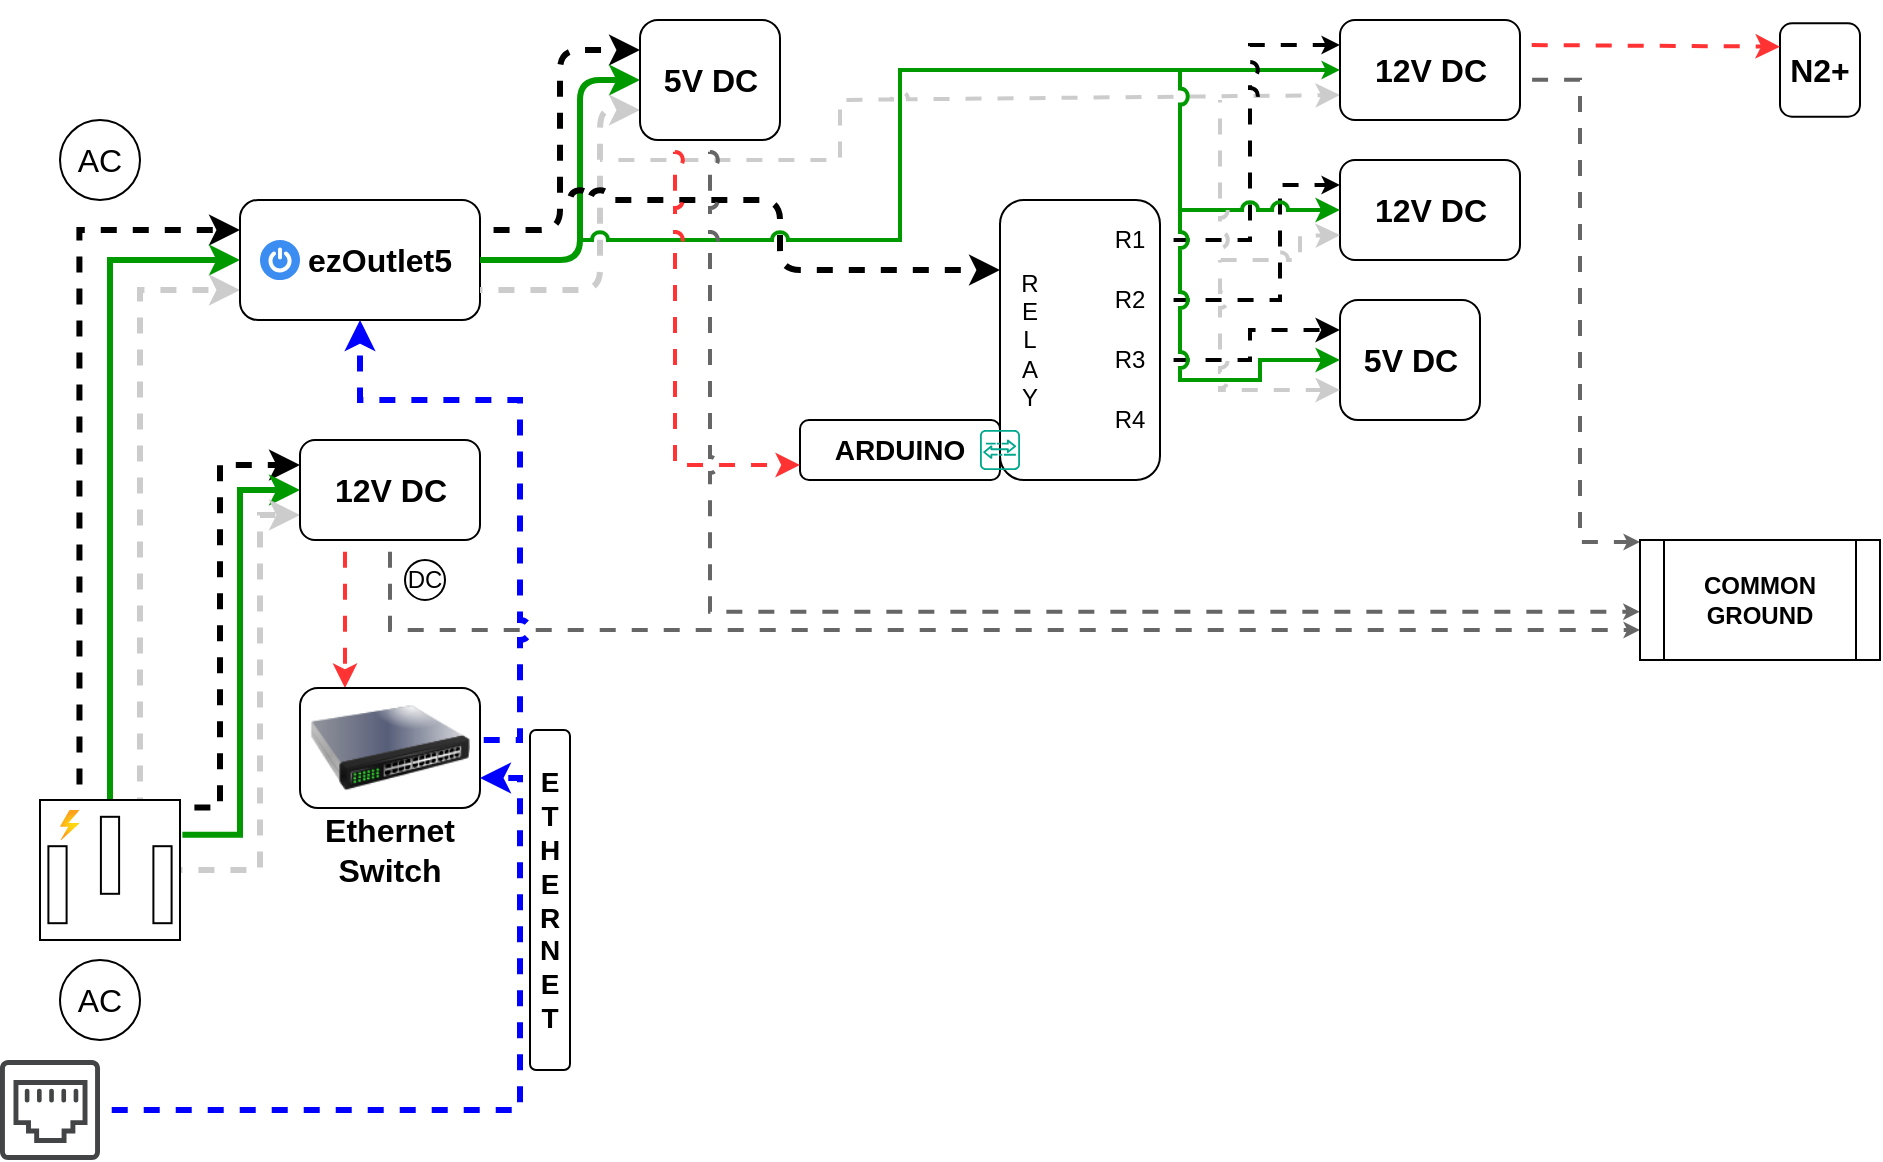
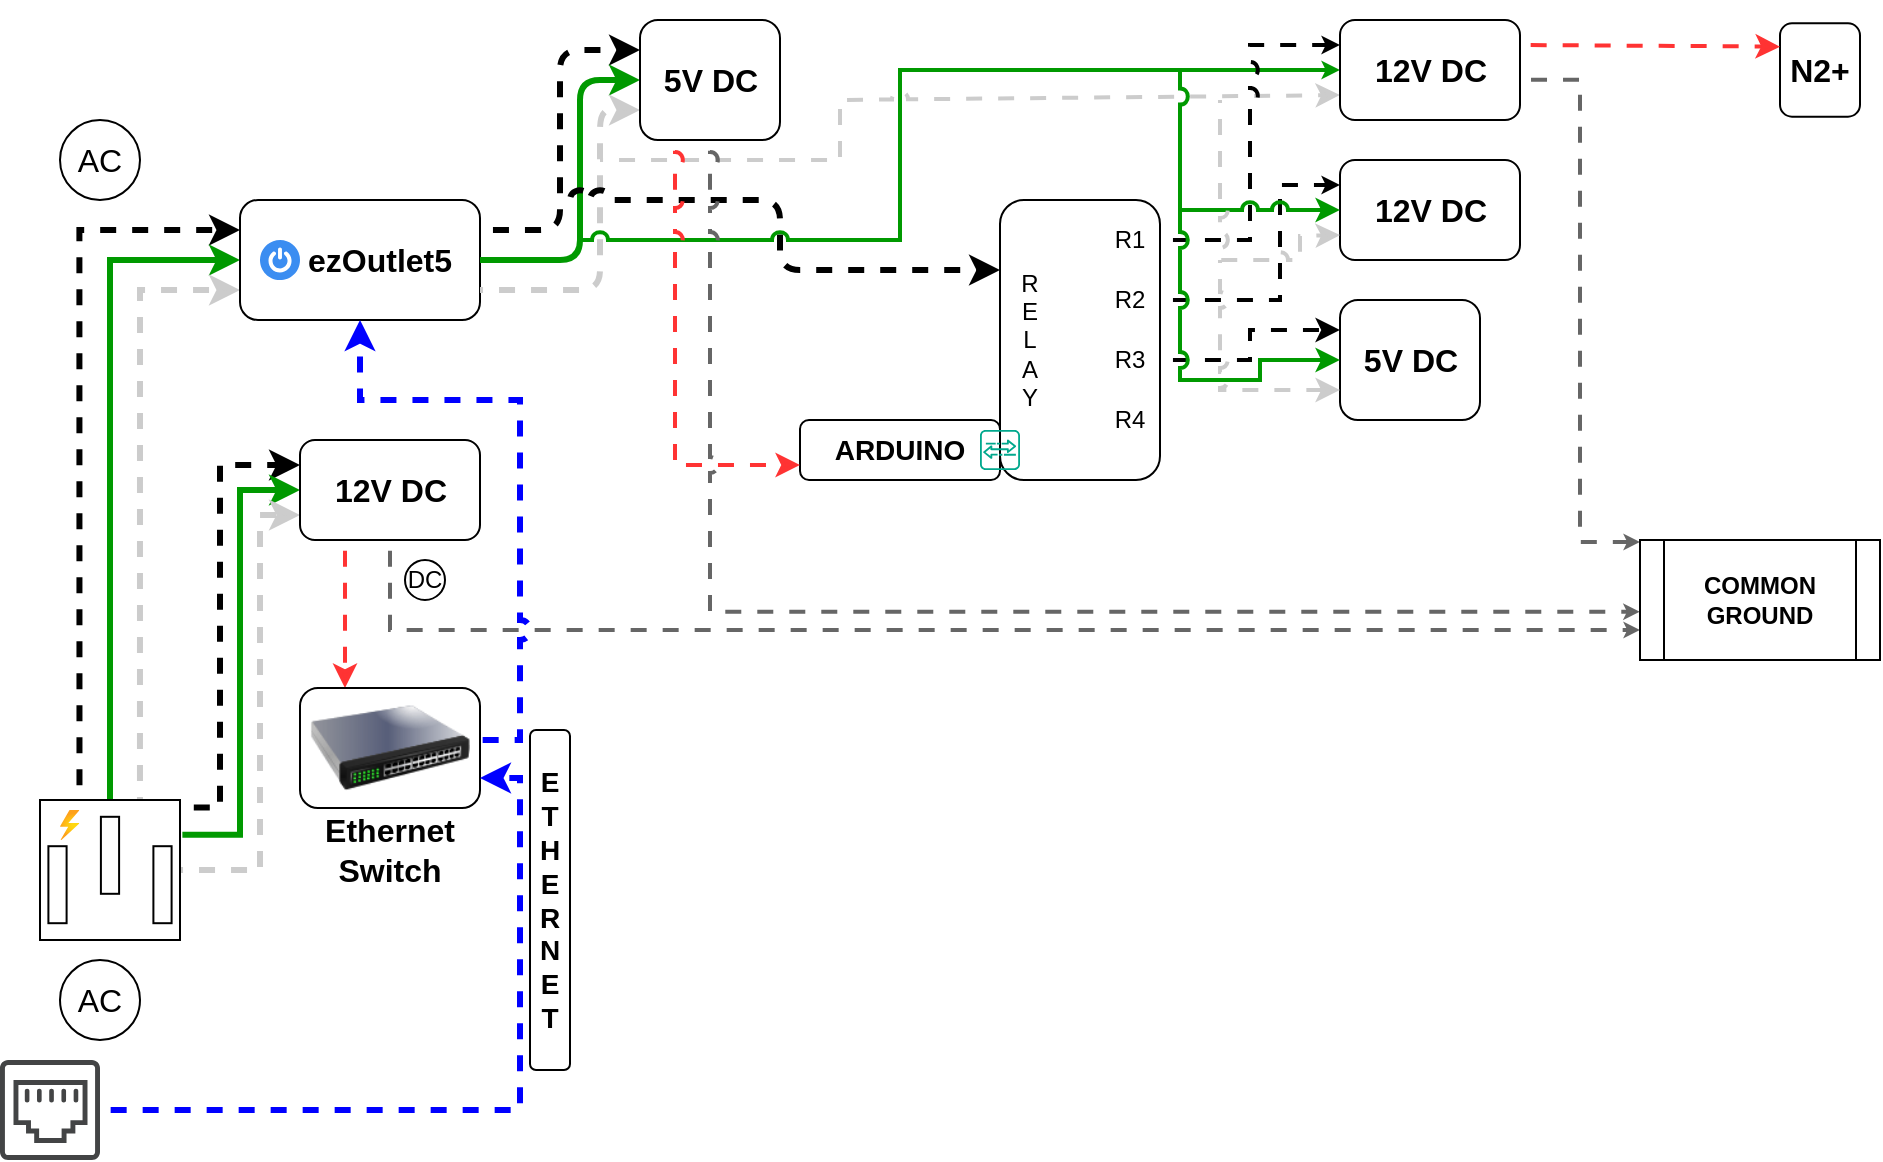
<mxfile host="app.diagrams.net" agent="Mozilla/5.0 (Windows NT 10.0; Win64; x64) AppleWebKit/537.36 (KHTML, like Gecko) Chrome/131.0.0.0 Safari/537.36 Edg/131.0.0.0" version="25.0.3">
  <diagram name="Page-1" id="VlRkN-xOVygPYa-iD9Ir">
-     <mxGraphModel dx="77" dy="48" grid="1" gridSize="10" guides="1" tooltips="1" connect="1" arrows="1" fold="1" page="1" pageScale="1" pageWidth="1600" pageHeight="900" background="none" math="0" shadow="0">
+     <mxGraphModel dx="1400" dy="877" grid="1" gridSize="10" guides="1" tooltips="1" connect="1" arrows="1" fold="1" page="1" pageScale="1" pageWidth="1600" pageHeight="900" background="none" math="0" shadow="0">
      <root>
        <mxCell id="0" />
        <mxCell id="1" parent="0" />
        <mxCell id="JVLtuT8sySUBbFbLTn6r-3" style="edgeStyle=orthogonalEdgeStyle;rounded=0;orthogonalLoop=1;jettySize=auto;html=1;entryX=0;entryY=0.25;entryDx=0;entryDy=0;exitX=0.282;exitY=-0.013;exitDx=0;exitDy=0;exitPerimeter=0;strokeWidth=3;flowAnimation=1;flowAnimationDirection=alternate;flowAnimationTimingFunction=ease-in-out;flowAnimationDuration=1500;jumpStyle=arc;" parent="1" source="pD8juBFKP1GN8B8eYQTb-1" target="pD8juBFKP1GN8B8eYQTb-3" edge="1">
          <mxGeometry relative="1" as="geometry" />
        </mxCell>
        <mxCell id="JVLtuT8sySUBbFbLTn6r-4" style="edgeStyle=orthogonalEdgeStyle;rounded=0;orthogonalLoop=1;jettySize=auto;html=1;exitX=0.5;exitY=0;exitDx=0;exitDy=0;exitPerimeter=0;entryX=0;entryY=0.5;entryDx=0;entryDy=0;strokeColor=#009900;strokeWidth=3;jumpStyle=arc;" parent="1" source="pD8juBFKP1GN8B8eYQTb-1" target="pD8juBFKP1GN8B8eYQTb-3" edge="1">
          <mxGeometry relative="1" as="geometry" />
        </mxCell>
        <mxCell id="JVLtuT8sySUBbFbLTn6r-5" style="edgeStyle=orthogonalEdgeStyle;rounded=0;orthogonalLoop=1;jettySize=auto;html=1;entryX=0;entryY=0.75;entryDx=0;entryDy=0;exitX=0.714;exitY=0;exitDx=0;exitDy=0;exitPerimeter=0;strokeWidth=3;strokeColor=#CCCCCC;flowAnimation=1;flowAnimationDirection=alternate-reverse;flowAnimationTimingFunction=ease-in-out;flowAnimationDuration=1500;jumpStyle=arc;" parent="1" source="pD8juBFKP1GN8B8eYQTb-1" target="pD8juBFKP1GN8B8eYQTb-3" edge="1">
          <mxGeometry relative="1" as="geometry">
            <mxPoint x="120" y="320" as="targetPoint" />
          </mxGeometry>
        </mxCell>
        <mxCell id="JVLtuT8sySUBbFbLTn6r-6" style="edgeStyle=orthogonalEdgeStyle;rounded=0;orthogonalLoop=1;jettySize=auto;html=1;entryX=0;entryY=0.25;entryDx=0;entryDy=0;exitX=1.006;exitY=0.054;exitDx=0;exitDy=0;exitPerimeter=0;strokeWidth=3;flowAnimation=1;flowAnimationDirection=alternate;flowAnimationTimingFunction=ease-in-out;flowAnimationDuration=1500;jumpStyle=arc;" parent="1" source="pD8juBFKP1GN8B8eYQTb-1" target="pD8juBFKP1GN8B8eYQTb-24" edge="1">
          <mxGeometry relative="1" as="geometry">
            <Array as="points">
              <mxPoint x="120" y="404" />
              <mxPoint x="120" y="233" />
            </Array>
          </mxGeometry>
        </mxCell>
        <mxCell id="JVLtuT8sySUBbFbLTn6r-7" style="edgeStyle=orthogonalEdgeStyle;rounded=0;orthogonalLoop=1;jettySize=auto;html=1;entryX=0;entryY=0.5;entryDx=0;entryDy=0;exitX=1.017;exitY=0.249;exitDx=0;exitDy=0;exitPerimeter=0;strokeWidth=3;strokeColor=#009900;jumpStyle=arc;" parent="1" source="pD8juBFKP1GN8B8eYQTb-1" target="pD8juBFKP1GN8B8eYQTb-24" edge="1">
          <mxGeometry relative="1" as="geometry" />
        </mxCell>
        <mxCell id="JVLtuT8sySUBbFbLTn6r-8" style="edgeStyle=orthogonalEdgeStyle;rounded=0;orthogonalLoop=1;jettySize=auto;html=1;entryX=0;entryY=0.75;entryDx=0;entryDy=0;strokeColor=#CCCCCC;strokeWidth=3;flowAnimation=1;flowAnimationDirection=alternate-reverse;flowAnimationTimingFunction=ease-in-out;flowAnimationDuration=1500;jumpStyle=arc;" parent="1" source="pD8juBFKP1GN8B8eYQTb-1" target="pD8juBFKP1GN8B8eYQTb-24" edge="1">
          <mxGeometry relative="1" as="geometry">
            <Array as="points">
              <mxPoint x="140" y="435" />
              <mxPoint x="140" y="258" />
            </Array>
          </mxGeometry>
        </mxCell>
        <mxCell id="JVLtuT8sySUBbFbLTn6r-1" value="" style="group" parent="1" vertex="1" connectable="0">
          <mxGeometry x="30" y="480" width="60" height="40" as="geometry" />
        </mxCell>
        <mxCell id="pD8juBFKP1GN8B8eYQTb-22" value="AC" style="text;html=1;align=center;verticalAlign=middle;whiteSpace=wrap;rounded=0;fontSize=16;" parent="JVLtuT8sySUBbFbLTn6r-1" vertex="1">
          <mxGeometry y="5" width="60" height="30" as="geometry" />
        </mxCell>
        <mxCell id="pD8juBFKP1GN8B8eYQTb-23" value="" style="ellipse;whiteSpace=wrap;html=1;fillColor=none;" parent="JVLtuT8sySUBbFbLTn6r-1" vertex="1">
          <mxGeometry x="10" width="40" height="40" as="geometry" />
        </mxCell>
        <mxCell id="JVLtuT8sySUBbFbLTn6r-2" value="" style="group" parent="1" vertex="1" connectable="0">
          <mxGeometry x="30" y="60" width="60" height="40" as="geometry" />
        </mxCell>
        <mxCell id="pD8juBFKP1GN8B8eYQTb-9" value="" style="ellipse;whiteSpace=wrap;html=1;fillColor=none;" parent="JVLtuT8sySUBbFbLTn6r-2" vertex="1">
          <mxGeometry x="10" width="40" height="40" as="geometry" />
        </mxCell>
        <mxCell id="pD8juBFKP1GN8B8eYQTb-11" value="AC" style="text;html=1;align=center;verticalAlign=middle;whiteSpace=wrap;rounded=0;fontSize=16;" parent="JVLtuT8sySUBbFbLTn6r-2" vertex="1">
          <mxGeometry y="5" width="60" height="30" as="geometry" />
        </mxCell>
        <mxCell id="JVLtuT8sySUBbFbLTn6r-9" value="" style="group" parent="1" vertex="1" connectable="0">
          <mxGeometry x="130" y="100" width="120" height="60" as="geometry" />
        </mxCell>
        <mxCell id="JVLtuT8sySUBbFbLTn6r-16" value="" style="group" parent="JVLtuT8sySUBbFbLTn6r-9" vertex="1" connectable="0">
          <mxGeometry width="120" height="60" as="geometry" />
        </mxCell>
        <mxCell id="pD8juBFKP1GN8B8eYQTb-3" value="" style="rounded=1;whiteSpace=wrap;html=1;" parent="JVLtuT8sySUBbFbLTn6r-16" vertex="1">
          <mxGeometry width="120" height="60" as="geometry" />
        </mxCell>
        <mxCell id="JVLtuT8sySUBbFbLTn6r-13" value="" style="sketch=0;html=1;aspect=fixed;strokeColor=none;shadow=0;fillColor=#3B8DF1;verticalAlign=top;labelPosition=center;verticalLabelPosition=bottom;shape=mxgraph.gcp2.a7_power" parent="JVLtuT8sySUBbFbLTn6r-16" vertex="1">
          <mxGeometry x="10" y="20" width="20" height="20" as="geometry" />
        </mxCell>
        <mxCell id="pD8juBFKP1GN8B8eYQTb-15" value="&lt;b&gt;ezOutlet5&lt;/b&gt;" style="text;html=1;align=center;verticalAlign=middle;whiteSpace=wrap;rounded=0;fontSize=16;" parent="JVLtuT8sySUBbFbLTn6r-16" vertex="1">
          <mxGeometry x="40" y="10" width="60" height="40" as="geometry" />
        </mxCell>
        <mxCell id="JVLtuT8sySUBbFbLTn6r-11" value="" style="group" parent="1" vertex="1" connectable="0">
          <mxGeometry x="160" y="220" width="90" height="50" as="geometry" />
        </mxCell>
        <mxCell id="JVLtuT8sySUBbFbLTn6r-72" value="" style="group" parent="JVLtuT8sySUBbFbLTn6r-11" vertex="1" connectable="0">
          <mxGeometry width="90" height="50" as="geometry" />
        </mxCell>
        <mxCell id="pD8juBFKP1GN8B8eYQTb-24" value="" style="rounded=1;whiteSpace=wrap;html=1;" parent="JVLtuT8sySUBbFbLTn6r-72" vertex="1">
          <mxGeometry width="90" height="50" as="geometry" />
        </mxCell>
        <mxCell id="JVLtuT8sySUBbFbLTn6r-10" value="&lt;font style=&quot;font-size: 16px;&quot;&gt;&lt;b&gt;12V DC&lt;/b&gt;&lt;/font&gt;" style="text;html=1;align=center;verticalAlign=middle;whiteSpace=wrap;rounded=0;" parent="JVLtuT8sySUBbFbLTn6r-72" vertex="1">
          <mxGeometry x="15.75" y="10" width="58.5" height="30" as="geometry" />
        </mxCell>
        <mxCell id="JVLtuT8sySUBbFbLTn6r-18" value="" style="group" parent="1" vertex="1" connectable="0">
          <mxGeometry x="30" y="400" width="70" height="70" as="geometry" />
        </mxCell>
        <mxCell id="pD8juBFKP1GN8B8eYQTb-1" value="" style="pointerEvents=1;verticalLabelPosition=bottom;shadow=0;dashed=0;align=center;html=1;verticalAlign=top;shape=mxgraph.electrical.miscellaneous.ac_out" parent="JVLtuT8sySUBbFbLTn6r-18" vertex="1">
          <mxGeometry width="70" height="70" as="geometry" />
        </mxCell>
        <mxCell id="JVLtuT8sySUBbFbLTn6r-12" value="" style="image;aspect=fixed;html=1;points=[];align=center;fontSize=12;image=img/lib/azure2/general/Power.svg;" parent="JVLtuT8sySUBbFbLTn6r-18" vertex="1">
          <mxGeometry x="10" y="5" width="9.72" height="15" as="geometry" />
        </mxCell>
        <mxCell id="JVLtuT8sySUBbFbLTn6r-23" style="edgeStyle=orthogonalEdgeStyle;rounded=0;orthogonalLoop=1;jettySize=auto;html=1;entryX=0.25;entryY=0;entryDx=0;entryDy=0;exitX=0.25;exitY=1;exitDx=0;exitDy=0;strokeColor=#FF3333;strokeWidth=2;flowAnimation=1;jumpStyle=arc;" parent="1" source="pD8juBFKP1GN8B8eYQTb-24" target="JVLtuT8sySUBbFbLTn6r-19" edge="1">
          <mxGeometry relative="1" as="geometry" />
        </mxCell>
        <mxCell id="JVLtuT8sySUBbFbLTn6r-28" value="" style="group" parent="1" vertex="1" connectable="0">
          <mxGeometry x="210" y="280" width="25" height="20" as="geometry" />
        </mxCell>
        <mxCell id="JVLtuT8sySUBbFbLTn6r-26" value="" style="ellipse;whiteSpace=wrap;html=1;aspect=fixed;" parent="JVLtuT8sySUBbFbLTn6r-28" vertex="1">
          <mxGeometry x="2.5" width="20" height="20" as="geometry" />
        </mxCell>
        <mxCell id="JVLtuT8sySUBbFbLTn6r-27" value="&lt;font&gt;DC&lt;/font&gt;" style="text;html=1;align=center;verticalAlign=middle;whiteSpace=wrap;rounded=0;" parent="JVLtuT8sySUBbFbLTn6r-28" vertex="1">
          <mxGeometry y="2.5" width="25" height="15" as="geometry" />
        </mxCell>
        <mxCell id="JVLtuT8sySUBbFbLTn6r-29" style="edgeStyle=orthogonalEdgeStyle;rounded=0;orthogonalLoop=1;jettySize=auto;html=1;exitX=0.5;exitY=1;exitDx=0;exitDy=0;strokeWidth=2;flowAnimation=1;strokeColor=#666666;jumpStyle=arc;entryX=0;entryY=0.75;entryDx=0;entryDy=0;endSize=2;" parent="1" source="pD8juBFKP1GN8B8eYQTb-24" target="0aRQkGjj-KWWZOeJOGup-9" edge="1">
          <mxGeometry relative="1" as="geometry">
            <mxPoint x="810" y="370" as="targetPoint" />
          </mxGeometry>
        </mxCell>
        <mxCell id="JVLtuT8sySUBbFbLTn6r-30" style="edgeStyle=orthogonalEdgeStyle;rounded=0;orthogonalLoop=1;jettySize=auto;html=1;exitX=1;exitY=0.5;exitDx=0;exitDy=0;entryX=0.5;entryY=1;entryDx=0;entryDy=0;strokeColor=#0000FF;strokeWidth=3;flowAnimation=1;jumpStyle=arc;" parent="1" source="JVLtuT8sySUBbFbLTn6r-19" target="pD8juBFKP1GN8B8eYQTb-3" edge="1">
          <mxGeometry relative="1" as="geometry">
            <Array as="points">
              <mxPoint x="270" y="370" />
              <mxPoint x="270" y="200" />
              <mxPoint x="190" y="200" />
            </Array>
          </mxGeometry>
        </mxCell>
        <mxCell id="JVLtuT8sySUBbFbLTn6r-33" value="" style="rounded=1;whiteSpace=wrap;html=1;" parent="1" vertex="1">
          <mxGeometry x="510" y="100" width="80" height="140" as="geometry" />
        </mxCell>
        <mxCell id="JVLtuT8sySUBbFbLTn6r-35" style="edgeStyle=orthogonalEdgeStyle;rounded=1;orthogonalLoop=1;jettySize=auto;html=1;exitX=1;exitY=0.25;exitDx=0;exitDy=0;entryX=0;entryY=0.25;entryDx=0;entryDy=0;curved=0;strokeWidth=3;flowAnimation=1;flowAnimationDirection=alternate;flowAnimationTimingFunction=ease-in-out;flowAnimationDuration=1500;jumpStyle=arc;" parent="1" source="pD8juBFKP1GN8B8eYQTb-3" target="JVLtuT8sySUBbFbLTn6r-34" edge="1">
          <mxGeometry relative="1" as="geometry" />
        </mxCell>
        <mxCell id="JVLtuT8sySUBbFbLTn6r-36" style="edgeStyle=orthogonalEdgeStyle;rounded=1;orthogonalLoop=1;jettySize=auto;html=1;exitX=1;exitY=0.5;exitDx=0;exitDy=0;entryX=0;entryY=0.5;entryDx=0;entryDy=0;curved=0;strokeWidth=3;strokeColor=#009900;jumpStyle=arc;" parent="1" source="pD8juBFKP1GN8B8eYQTb-3" target="JVLtuT8sySUBbFbLTn6r-34" edge="1">
          <mxGeometry relative="1" as="geometry">
            <Array as="points">
              <mxPoint x="300" y="130" />
              <mxPoint x="300" y="40" />
            </Array>
          </mxGeometry>
        </mxCell>
        <mxCell id="JVLtuT8sySUBbFbLTn6r-37" style="edgeStyle=orthogonalEdgeStyle;rounded=1;orthogonalLoop=1;jettySize=auto;html=1;exitX=1;exitY=0.75;exitDx=0;exitDy=0;entryX=0;entryY=0.75;entryDx=0;entryDy=0;curved=0;strokeColor=#CCCCCC;strokeWidth=3;flowAnimation=1;flowAnimationDirection=alternate-reverse;flowAnimationTimingFunction=ease-in-out;flowAnimationDuration=1500;jumpStyle=arc;" parent="1" source="pD8juBFKP1GN8B8eYQTb-3" target="JVLtuT8sySUBbFbLTn6r-34" edge="1">
          <mxGeometry relative="1" as="geometry">
            <Array as="points">
              <mxPoint x="310" y="145" />
              <mxPoint x="310" y="55" />
            </Array>
          </mxGeometry>
        </mxCell>
        <mxCell id="JVLtuT8sySUBbFbLTn6r-40" value="" style="endArrow=classic;html=1;rounded=1;curved=0;entryX=0;entryY=0.25;entryDx=0;entryDy=0;jumpStyle=arc;strokeWidth=3;flowAnimation=1;flowAnimationDirection=alternate;flowAnimationTimingFunction=ease-in-out;flowAnimationDuration=1500;" parent="1" target="JVLtuT8sySUBbFbLTn6r-33" edge="1">
          <mxGeometry width="50" height="50" relative="1" as="geometry">
            <mxPoint x="290" y="100" as="sourcePoint" />
            <mxPoint x="410" y="170" as="targetPoint" />
            <Array as="points">
              <mxPoint x="400" y="100" />
              <mxPoint x="400" y="135" />
            </Array>
          </mxGeometry>
        </mxCell>
        <mxCell id="JVLtuT8sySUBbFbLTn6r-51" value="" style="group" parent="1" vertex="1" connectable="0">
          <mxGeometry x="160" y="344" width="90" height="96" as="geometry" />
        </mxCell>
        <mxCell id="JVLtuT8sySUBbFbLTn6r-21" value="" style="group" parent="JVLtuT8sySUBbFbLTn6r-51" vertex="1" connectable="0">
          <mxGeometry width="90" height="70" as="geometry" />
        </mxCell>
        <mxCell id="JVLtuT8sySUBbFbLTn6r-50" value="" style="group" parent="JVLtuT8sySUBbFbLTn6r-21" vertex="1" connectable="0">
          <mxGeometry width="90" height="70" as="geometry" />
        </mxCell>
        <mxCell id="JVLtuT8sySUBbFbLTn6r-19" value="" style="rounded=1;whiteSpace=wrap;html=1;" parent="JVLtuT8sySUBbFbLTn6r-50" vertex="1">
          <mxGeometry width="90" height="60" as="geometry" />
        </mxCell>
        <mxCell id="JVLtuT8sySUBbFbLTn6r-49" value="" style="image;html=1;image=img/lib/clip_art/networking/Switch_128x128.png" parent="JVLtuT8sySUBbFbLTn6r-50" vertex="1">
          <mxGeometry x="5" y="-10" width="80" height="80" as="geometry" />
        </mxCell>
        <mxCell id="JVLtuT8sySUBbFbLTn6r-20" value="&lt;b&gt;&lt;font style=&quot;font-size: 16px;&quot;&gt;Ethernet&lt;/font&gt;&lt;/b&gt;&lt;div&gt;&lt;b&gt;&lt;font style=&quot;font-size: 16px;&quot;&gt;Switch&lt;/font&gt;&lt;/b&gt;&lt;/div&gt;" style="text;html=1;align=center;verticalAlign=middle;whiteSpace=wrap;rounded=0;" parent="JVLtuT8sySUBbFbLTn6r-51" vertex="1">
          <mxGeometry x="15" y="66" width="60" height="30" as="geometry" />
        </mxCell>
        <mxCell id="JVLtuT8sySUBbFbLTn6r-53" value="" style="group" parent="1" vertex="1" connectable="0">
          <mxGeometry x="330" y="10" width="70" height="60" as="geometry" />
        </mxCell>
        <mxCell id="JVLtuT8sySUBbFbLTn6r-71" value="" style="group" parent="JVLtuT8sySUBbFbLTn6r-53" vertex="1" connectable="0">
          <mxGeometry width="70" height="60" as="geometry" />
        </mxCell>
        <mxCell id="JVLtuT8sySUBbFbLTn6r-34" value="" style="rounded=1;whiteSpace=wrap;html=1;" parent="JVLtuT8sySUBbFbLTn6r-71" vertex="1">
          <mxGeometry width="70" height="60" as="geometry" />
        </mxCell>
        <mxCell id="JVLtuT8sySUBbFbLTn6r-52" value="&lt;font style=&quot;font-size: 16px;&quot;&gt;&lt;b&gt;5&lt;/b&gt;&lt;/font&gt;&lt;b style=&quot;font-size: 16px; background-color: initial;&quot;&gt;V DC&lt;/b&gt;" style="text;html=1;align=center;verticalAlign=middle;whiteSpace=wrap;rounded=0;" parent="JVLtuT8sySUBbFbLTn6r-71" vertex="1">
          <mxGeometry x="5.75" y="15" width="58.5" height="30" as="geometry" />
        </mxCell>
        <mxCell id="JVLtuT8sySUBbFbLTn6r-54" value="" style="endArrow=classic;html=1;rounded=0;entryX=0;entryY=0.5;entryDx=0;entryDy=0;jumpStyle=arc;strokeColor=#009900;strokeWidth=2;endSize=3;" parent="1" target="JVLtuT8sySUBbFbLTn6r-74" edge="1">
          <mxGeometry width="50" height="50" relative="1" as="geometry">
            <mxPoint x="300" y="120" as="sourcePoint" />
            <mxPoint x="350" y="80" as="targetPoint" />
            <Array as="points">
              <mxPoint x="460" y="120" />
              <mxPoint x="460" y="35" />
            </Array>
          </mxGeometry>
        </mxCell>
        <mxCell id="JVLtuT8sySUBbFbLTn6r-55" value="" style="endArrow=classic;html=1;rounded=0;entryX=0;entryY=0.75;entryDx=0;entryDy=0;strokeColor=#CCCCCC;strokeWidth=2;jumpStyle=arc;flowAnimation=1;flowAnimationDirection=alternate-reverse;flowAnimationTimingFunction=ease-in-out;flowAnimationDuration=1500;" parent="1" target="JVLtuT8sySUBbFbLTn6r-74" edge="1">
          <mxGeometry width="50" height="50" relative="1" as="geometry">
            <mxPoint x="310" y="80" as="sourcePoint" />
            <mxPoint x="350" y="140" as="targetPoint" />
            <Array as="points">
              <mxPoint x="430" y="80" />
              <mxPoint x="430" y="50" />
              <mxPoint x="520" y="50" />
            </Array>
          </mxGeometry>
        </mxCell>
        <mxCell id="JVLtuT8sySUBbFbLTn6r-56" value="R&lt;div&gt;E&lt;/div&gt;&lt;div&gt;L&lt;/div&gt;&lt;div&gt;A&lt;/div&gt;&lt;div&gt;Y&lt;/div&gt;" style="text;html=1;align=center;verticalAlign=middle;whiteSpace=wrap;rounded=0;" parent="1" vertex="1">
          <mxGeometry x="510" y="135" width="30" height="70" as="geometry" />
        </mxCell>
        <mxCell id="JVLtuT8sySUBbFbLTn6r-79" style="edgeStyle=orthogonalEdgeStyle;rounded=0;orthogonalLoop=1;jettySize=auto;html=1;exitX=1;exitY=0.5;exitDx=0;exitDy=0;entryX=0;entryY=0.25;entryDx=0;entryDy=0;strokeWidth=2;flowAnimation=1;flowAnimationDirection=alternate;flowAnimationTimingFunction=ease-in-out;flowAnimationDuration=1500;jumpStyle=arc;endSize=3;" parent="1" source="JVLtuT8sySUBbFbLTn6r-57" target="JVLtuT8sySUBbFbLTn6r-74" edge="1">
          <mxGeometry relative="1" as="geometry" />
        </mxCell>
        <mxCell id="JVLtuT8sySUBbFbLTn6r-57" value="R1" style="text;html=1;align=center;verticalAlign=middle;whiteSpace=wrap;rounded=0;" parent="1" vertex="1">
          <mxGeometry x="560" y="105" width="30" height="30" as="geometry" />
        </mxCell>
        <mxCell id="JVLtuT8sySUBbFbLTn6r-80" style="edgeStyle=orthogonalEdgeStyle;rounded=0;orthogonalLoop=1;jettySize=auto;html=1;exitX=1;exitY=0.5;exitDx=0;exitDy=0;entryX=0;entryY=0.25;entryDx=0;entryDy=0;strokeWidth=2;flowAnimation=1;flowAnimationDirection=alternate;flowAnimationTimingFunction=ease-in-out;flowAnimationDuration=1500;endSize=3;jumpStyle=arc;" parent="1" source="JVLtuT8sySUBbFbLTn6r-58" target="JVLtuT8sySUBbFbLTn6r-77" edge="1">
          <mxGeometry relative="1" as="geometry">
            <Array as="points">
              <mxPoint x="650" y="150" />
              <mxPoint x="650" y="93" />
            </Array>
          </mxGeometry>
        </mxCell>
        <mxCell id="JVLtuT8sySUBbFbLTn6r-58" value="R2" style="text;html=1;align=center;verticalAlign=middle;whiteSpace=wrap;rounded=0;" parent="1" vertex="1">
          <mxGeometry x="560" y="135" width="30" height="30" as="geometry" />
        </mxCell>
        <mxCell id="JVLtuT8sySUBbFbLTn6r-81" style="edgeStyle=orthogonalEdgeStyle;rounded=0;orthogonalLoop=1;jettySize=auto;html=1;exitX=1;exitY=0.5;exitDx=0;exitDy=0;entryX=0;entryY=0.25;entryDx=0;entryDy=0;strokeWidth=2;flowAnimation=1;flowAnimationDirection=alternate;flowAnimationTimingFunction=ease-in-out;flowAnimationDuration=1500;jumpStyle=arc;" parent="1" source="JVLtuT8sySUBbFbLTn6r-59" target="JVLtuT8sySUBbFbLTn6r-63" edge="1">
          <mxGeometry relative="1" as="geometry" />
        </mxCell>
        <mxCell id="JVLtuT8sySUBbFbLTn6r-59" value="R3" style="text;html=1;align=center;verticalAlign=middle;whiteSpace=wrap;rounded=0;" parent="1" vertex="1">
          <mxGeometry x="560" y="165" width="30" height="30" as="geometry" />
        </mxCell>
        <mxCell id="JVLtuT8sySUBbFbLTn6r-60" value="R4" style="text;html=1;align=center;verticalAlign=middle;whiteSpace=wrap;rounded=0;" parent="1" vertex="1">
          <mxGeometry x="560" y="195" width="30" height="30" as="geometry" />
        </mxCell>
        <mxCell id="JVLtuT8sySUBbFbLTn6r-67" value="" style="group" parent="1" vertex="1" connectable="0">
          <mxGeometry x="680" y="150" width="70" height="60" as="geometry" />
        </mxCell>
        <mxCell id="JVLtuT8sySUBbFbLTn6r-63" value="" style="rounded=1;whiteSpace=wrap;html=1;" parent="JVLtuT8sySUBbFbLTn6r-67" vertex="1">
          <mxGeometry width="70" height="60" as="geometry" />
        </mxCell>
        <mxCell id="JVLtuT8sySUBbFbLTn6r-62" value="" style="group" parent="JVLtuT8sySUBbFbLTn6r-67" vertex="1" connectable="0">
          <mxGeometry width="70" height="60" as="geometry" />
        </mxCell>
        <mxCell id="JVLtuT8sySUBbFbLTn6r-64" value="&lt;font style=&quot;font-size: 16px;&quot;&gt;&lt;b&gt;5&lt;/b&gt;&lt;/font&gt;&lt;b style=&quot;font-size: 16px; background-color: initial;&quot;&gt;V DC&lt;/b&gt;" style="text;html=1;align=center;verticalAlign=middle;whiteSpace=wrap;rounded=0;" parent="JVLtuT8sySUBbFbLTn6r-62" vertex="1">
          <mxGeometry x="5.75" y="15" width="58.5" height="30" as="geometry" />
        </mxCell>
        <mxCell id="JVLtuT8sySUBbFbLTn6r-73" value="" style="group" parent="1" vertex="1" connectable="0">
          <mxGeometry x="680" y="10" width="90" height="50" as="geometry" />
        </mxCell>
        <mxCell id="JVLtuT8sySUBbFbLTn6r-74" value="" style="rounded=1;whiteSpace=wrap;html=1;" parent="JVLtuT8sySUBbFbLTn6r-73" vertex="1">
          <mxGeometry width="90" height="50" as="geometry" />
        </mxCell>
        <mxCell id="JVLtuT8sySUBbFbLTn6r-75" value="&lt;font style=&quot;font-size: 16px;&quot;&gt;&lt;b&gt;12V DC&lt;/b&gt;&lt;/font&gt;" style="text;html=1;align=center;verticalAlign=middle;whiteSpace=wrap;rounded=0;" parent="JVLtuT8sySUBbFbLTn6r-73" vertex="1">
          <mxGeometry x="15.75" y="10" width="58.5" height="30" as="geometry" />
        </mxCell>
        <mxCell id="JVLtuT8sySUBbFbLTn6r-76" value="" style="group" parent="1" vertex="1" connectable="0">
          <mxGeometry x="680" y="80" width="90" height="50" as="geometry" />
        </mxCell>
        <mxCell id="JVLtuT8sySUBbFbLTn6r-77" value="" style="rounded=1;whiteSpace=wrap;html=1;" parent="JVLtuT8sySUBbFbLTn6r-76" vertex="1">
          <mxGeometry width="90" height="50" as="geometry" />
        </mxCell>
        <mxCell id="JVLtuT8sySUBbFbLTn6r-78" value="&lt;font style=&quot;font-size: 16px;&quot;&gt;&lt;b&gt;12V DC&lt;/b&gt;&lt;/font&gt;" style="text;html=1;align=center;verticalAlign=middle;whiteSpace=wrap;rounded=0;" parent="JVLtuT8sySUBbFbLTn6r-76" vertex="1">
          <mxGeometry x="15.75" y="10" width="58.5" height="30" as="geometry" />
        </mxCell>
        <mxCell id="JVLtuT8sySUBbFbLTn6r-82" value="" style="endArrow=classic;html=1;rounded=0;entryX=0;entryY=0.5;entryDx=0;entryDy=0;jumpStyle=arc;strokeColor=#009900;strokeWidth=2;" parent="1" target="JVLtuT8sySUBbFbLTn6r-77" edge="1">
          <mxGeometry width="50" height="50" relative="1" as="geometry">
            <mxPoint x="600" y="35" as="sourcePoint" />
            <mxPoint x="660" y="105" as="targetPoint" />
            <Array as="points">
              <mxPoint x="600" y="105" />
            </Array>
          </mxGeometry>
        </mxCell>
        <mxCell id="JVLtuT8sySUBbFbLTn6r-83" value="" style="endArrow=classic;html=1;rounded=0;entryX=0;entryY=0.75;entryDx=0;entryDy=0;strokeWidth=2;strokeColor=#CCCCCC;flowAnimation=1;flowAnimationTimingFunction=ease-in-out;flowAnimationDirection=alternate-reverse;jumpStyle=arc;flowAnimationDuration=1500;" parent="1" target="JVLtuT8sySUBbFbLTn6r-77" edge="1">
          <mxGeometry width="50" height="50" relative="1" as="geometry">
            <mxPoint x="620" y="50" as="sourcePoint" />
            <mxPoint x="480" y="40" as="targetPoint" />
            <Array as="points">
              <mxPoint x="620" y="130" />
              <mxPoint x="660" y="130" />
              <mxPoint x="660" y="118" />
            </Array>
          </mxGeometry>
        </mxCell>
        <mxCell id="JVLtuT8sySUBbFbLTn6r-88" value="" style="endArrow=classic;html=1;rounded=0;entryX=0;entryY=0.5;entryDx=0;entryDy=0;strokeColor=#009900;strokeWidth=2;jumpStyle=arc;" parent="1" target="JVLtuT8sySUBbFbLTn6r-63" edge="1">
          <mxGeometry width="50" height="50" relative="1" as="geometry">
            <mxPoint x="600" y="100" as="sourcePoint" />
            <mxPoint x="600" y="140" as="targetPoint" />
            <Array as="points">
              <mxPoint x="600" y="190" />
              <mxPoint x="640" y="190" />
              <mxPoint x="640" y="180" />
            </Array>
          </mxGeometry>
        </mxCell>
        <mxCell id="JVLtuT8sySUBbFbLTn6r-89" value="" style="endArrow=classic;html=1;rounded=0;entryX=0;entryY=0.75;entryDx=0;entryDy=0;strokeWidth=2;strokeColor=#CCCCCC;flowAnimation=1;jumpStyle=arc;flowAnimationTimingFunction=ease-in-out;flowAnimationDirection=alternate-reverse;flowAnimationDuration=1500;" parent="1" target="JVLtuT8sySUBbFbLTn6r-63" edge="1">
          <mxGeometry width="50" height="50" relative="1" as="geometry">
            <mxPoint x="620" y="130" as="sourcePoint" />
            <mxPoint x="600" y="100" as="targetPoint" />
            <Array as="points">
              <mxPoint x="620" y="195" />
            </Array>
          </mxGeometry>
        </mxCell>
        <mxCell id="JVLtuT8sySUBbFbLTn6r-90" value="&lt;b&gt;&lt;font style=&quot;font-size: 14px;&quot;&gt;ARDUINO&lt;/font&gt;&lt;/b&gt;" style="rounded=1;whiteSpace=wrap;html=1;" parent="1" vertex="1">
          <mxGeometry x="410" y="210" width="100" height="30" as="geometry" />
        </mxCell>
        <mxCell id="JVLtuT8sySUBbFbLTn6r-91" style="edgeStyle=orthogonalEdgeStyle;rounded=0;orthogonalLoop=1;jettySize=auto;html=1;exitX=0.25;exitY=1;exitDx=0;exitDy=0;entryX=0;entryY=0.75;entryDx=0;entryDy=0;strokeWidth=2;flowAnimation=1;strokeColor=#FF3333;jumpStyle=arc;" parent="1" source="JVLtuT8sySUBbFbLTn6r-34" target="JVLtuT8sySUBbFbLTn6r-90" edge="1">
          <mxGeometry relative="1" as="geometry" />
        </mxCell>
        <mxCell id="JVLtuT8sySUBbFbLTn6r-92" style="edgeStyle=orthogonalEdgeStyle;rounded=0;orthogonalLoop=1;jettySize=auto;html=1;exitX=0.5;exitY=1;exitDx=0;exitDy=0;entryX=-0.001;entryY=0.598;entryDx=0;entryDy=0;strokeWidth=2;flowAnimation=1;strokeColor=#666666;jumpStyle=arc;endSize=2;entryPerimeter=0;" parent="1" source="JVLtuT8sySUBbFbLTn6r-34" target="0aRQkGjj-KWWZOeJOGup-9" edge="1">
          <mxGeometry relative="1" as="geometry" />
        </mxCell>
        <mxCell id="JVLtuT8sySUBbFbLTn6r-93" value="" style="sketch=0;outlineConnect=0;fontColor=#232F3E;gradientColor=none;fillColor=#01A88D;strokeColor=none;dashed=0;verticalLabelPosition=bottom;verticalAlign=top;align=center;html=1;fontSize=12;fontStyle=0;aspect=fixed;shape=mxgraph.aws4.agent2;" parent="1" vertex="1">
          <mxGeometry x="500" y="215" width="20" height="20" as="geometry" />
        </mxCell>
        <mxCell id="0aRQkGjj-KWWZOeJOGup-1" value="" style="endArrow=classic;html=1;rounded=0;entryX=1;entryY=0.75;entryDx=0;entryDy=0;strokeWidth=3;strokeColor=#0000FF;flowAnimation=1;jumpStyle=arc;" edge="1" parent="1" source="0aRQkGjj-KWWZOeJOGup-3" target="JVLtuT8sySUBbFbLTn6r-19">
          <mxGeometry width="50" height="50" relative="1" as="geometry">
            <mxPoint x="40" y="560" as="sourcePoint" />
            <mxPoint x="560" y="420" as="targetPoint" />
            <Array as="points">
              <mxPoint x="270" y="555" />
              <mxPoint x="270" y="389" />
            </Array>
          </mxGeometry>
        </mxCell>
        <mxCell id="0aRQkGjj-KWWZOeJOGup-2" value="" style="group" vertex="1" connectable="0" parent="1">
          <mxGeometry x="270" y="365" width="30" height="170" as="geometry" />
        </mxCell>
        <mxCell id="JVLtuT8sySUBbFbLTn6r-31" value="" style="rounded=1;whiteSpace=wrap;html=1;" parent="0aRQkGjj-KWWZOeJOGup-2" vertex="1">
          <mxGeometry x="5" width="20" height="170" as="geometry" />
        </mxCell>
        <mxCell id="JVLtuT8sySUBbFbLTn6r-32" value="&lt;b&gt;&lt;font style=&quot;font-size: 14px;&quot;&gt;E&lt;/font&gt;&lt;/b&gt;&lt;div&gt;&lt;b&gt;&lt;font style=&quot;font-size: 14px;&quot;&gt;T&lt;/font&gt;&lt;/b&gt;&lt;/div&gt;&lt;div&gt;&lt;b&gt;&lt;font style=&quot;font-size: 14px;&quot;&gt;H&lt;/font&gt;&lt;/b&gt;&lt;/div&gt;&lt;div&gt;&lt;b&gt;&lt;font style=&quot;font-size: 14px;&quot;&gt;E&lt;/font&gt;&lt;/b&gt;&lt;/div&gt;&lt;div&gt;&lt;b&gt;&lt;font style=&quot;font-size: 14px;&quot;&gt;R&lt;/font&gt;&lt;/b&gt;&lt;/div&gt;&lt;div&gt;&lt;b&gt;&lt;font style=&quot;font-size: 14px;&quot;&gt;N&lt;/font&gt;&lt;/b&gt;&lt;/div&gt;&lt;div&gt;&lt;b&gt;&lt;font style=&quot;font-size: 14px;&quot;&gt;E&lt;/font&gt;&lt;/b&gt;&lt;/div&gt;&lt;div&gt;&lt;b&gt;&lt;font style=&quot;font-size: 14px;&quot;&gt;T&lt;/font&gt;&lt;/b&gt;&lt;/div&gt;" style="text;html=1;align=center;verticalAlign=middle;whiteSpace=wrap;rounded=0;" parent="0aRQkGjj-KWWZOeJOGup-2" vertex="1">
          <mxGeometry y="10" width="30" height="150" as="geometry" />
        </mxCell>
        <mxCell id="0aRQkGjj-KWWZOeJOGup-3" value="" style="sketch=0;pointerEvents=1;shadow=0;dashed=0;html=1;strokeColor=none;fillColor=#434445;aspect=fixed;labelPosition=center;verticalLabelPosition=bottom;verticalAlign=top;align=center;outlineConnect=0;shape=mxgraph.vvd.ethernet_port;" vertex="1" parent="1">
          <mxGeometry x="10" y="530" width="50" height="50" as="geometry" />
        </mxCell>
        <mxCell id="0aRQkGjj-KWWZOeJOGup-6" value="" style="group" vertex="1" connectable="0" parent="1">
          <mxGeometry x="890" width="60" height="70" as="geometry" />
        </mxCell>
        <mxCell id="0aRQkGjj-KWWZOeJOGup-4" value="" style="rounded=1;whiteSpace=wrap;html=1;" vertex="1" parent="0aRQkGjj-KWWZOeJOGup-6">
          <mxGeometry x="10" y="11.666666666666668" width="40" height="46.66666666666667" as="geometry" />
        </mxCell>
        <mxCell id="0aRQkGjj-KWWZOeJOGup-5" value="&lt;b&gt;&lt;font style=&quot;font-size: 16px;&quot;&gt;N2+&lt;/font&gt;&lt;/b&gt;" style="text;html=1;align=center;verticalAlign=middle;whiteSpace=wrap;rounded=0;" vertex="1" parent="0aRQkGjj-KWWZOeJOGup-6">
          <mxGeometry x="10" y="11.666666666666668" width="40" height="46.66666666666667" as="geometry" />
        </mxCell>
        <mxCell id="0aRQkGjj-KWWZOeJOGup-7" style="edgeStyle=orthogonalEdgeStyle;rounded=0;orthogonalLoop=1;jettySize=auto;html=1;exitX=1;exitY=0.25;exitDx=0;exitDy=0;entryX=0;entryY=0.25;entryDx=0;entryDy=0;strokeWidth=2;jumpStyle=arc;flowAnimation=1;strokeColor=#FF3333;" edge="1" parent="1" source="JVLtuT8sySUBbFbLTn6r-74" target="0aRQkGjj-KWWZOeJOGup-5">
          <mxGeometry relative="1" as="geometry" />
        </mxCell>
        <mxCell id="0aRQkGjj-KWWZOeJOGup-8" style="edgeStyle=orthogonalEdgeStyle;rounded=0;orthogonalLoop=1;jettySize=auto;html=1;exitX=1.002;exitY=0.598;exitDx=0;exitDy=0;entryX=0.002;entryY=0.319;entryDx=0;entryDy=0;entryPerimeter=0;strokeWidth=2;strokeColor=#666666;flowAnimation=1;jumpStyle=arc;endSize=2;exitPerimeter=0;" edge="1" parent="1" source="JVLtuT8sySUBbFbLTn6r-74">
          <mxGeometry relative="1" as="geometry">
            <mxPoint x="769.76" y="28.75" as="sourcePoint" />
            <mxPoint x="830" y="270.39000000000004" as="targetPoint" />
            <Array as="points">
              <mxPoint x="800" y="40" />
              <mxPoint x="800" y="271" />
              <mxPoint x="830" y="271" />
            </Array>
          </mxGeometry>
        </mxCell>
        <mxCell id="0aRQkGjj-KWWZOeJOGup-11" value="" style="group" vertex="1" connectable="0" parent="1">
          <mxGeometry x="830" y="270" width="120" height="60" as="geometry" />
        </mxCell>
        <mxCell id="0aRQkGjj-KWWZOeJOGup-9" value="" style="shape=process;whiteSpace=wrap;html=1;backgroundOutline=1;" vertex="1" parent="0aRQkGjj-KWWZOeJOGup-11">
          <mxGeometry width="120" height="60" as="geometry" />
        </mxCell>
        <mxCell id="0aRQkGjj-KWWZOeJOGup-10" value="&lt;b&gt;COMMON&lt;/b&gt;&lt;div&gt;&lt;b&gt;GROUND&lt;/b&gt;&lt;/div&gt;" style="text;html=1;align=center;verticalAlign=middle;whiteSpace=wrap;rounded=0;" vertex="1" parent="0aRQkGjj-KWWZOeJOGup-11">
          <mxGeometry x="30" y="15" width="60" height="30" as="geometry" />
        </mxCell>
      </root>
    </mxGraphModel>
  </diagram>
</mxfile>
